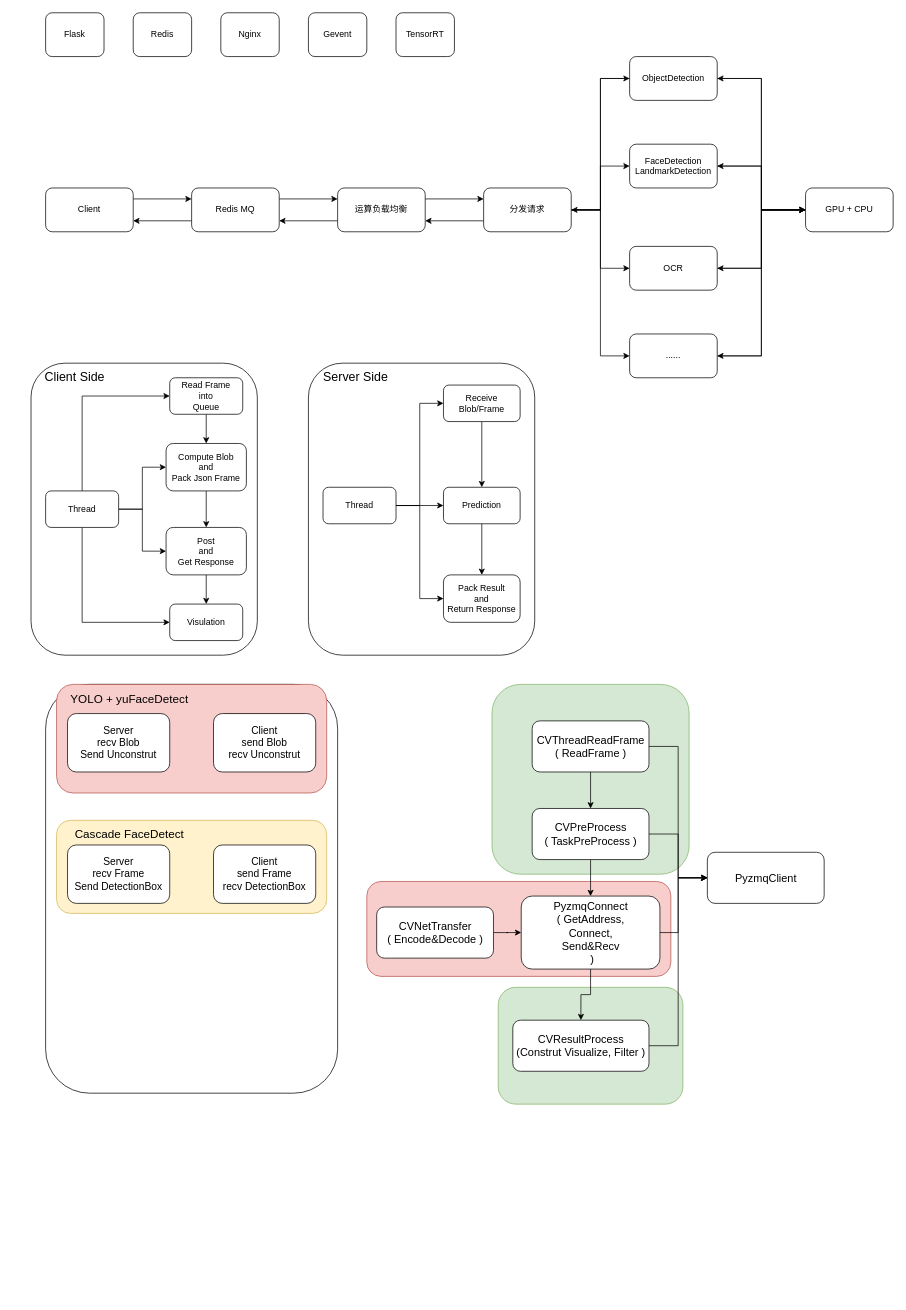
This is System Design.drawio from houance/CV-API-PlatForm, a draw.io file, before an edit. Source tidied: cells renumbered, new cells numbered last; positions are measured from the earlier drawing's top-left corner, leaving out a move shared by most shapes. Both pictures are drawn from the tidied source at 73%, with x=0, y=0 at pixel (12, 12).
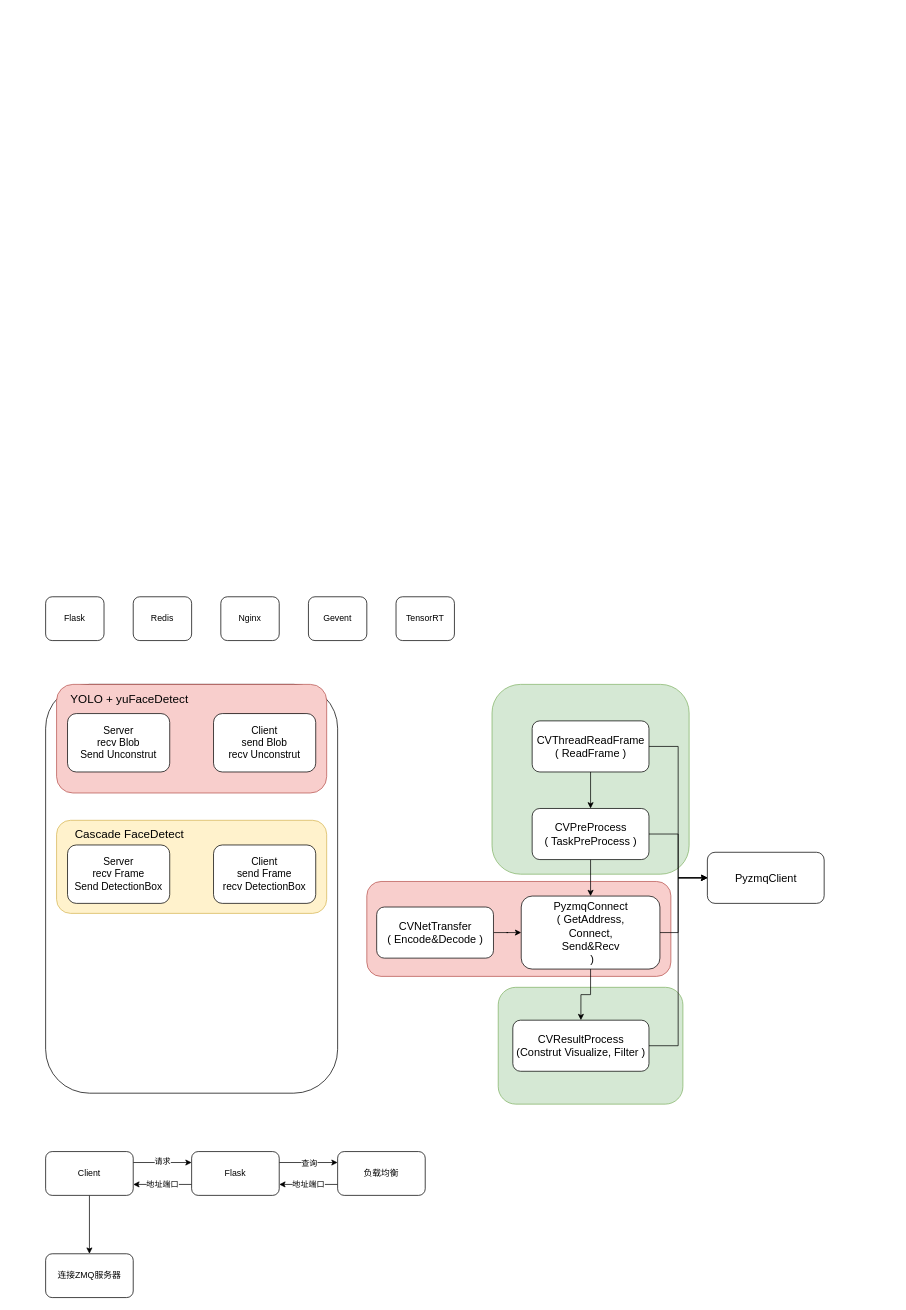
The same diagram, later.

Change to the diagram source:
```diff
@@
-    <mxCell id="8" style="edgeStyle=orthogonalEdgeStyle;rounded=0;jettySize=auto;html=1;exitX=1;exitY=0.25;exitDx=0;exitDy=0;entryX=0;entryY=0.25;entryDx=0;entryDy=0;" parent="1" edge="1" source="9" target="12">
-      <mxGeometry relative="1" as="geometry" />
-    </mxCell>
-    <mxCell id="9" value="Client" style="rounded=1;whiteSpace=wrap;html=1;" parent="1" vertex="1">
-      <mxGeometry x="45" y="240" width="120" height="60" as="geometry" />
-    </mxCell>
-    <mxCell id="10" style="edgeStyle=orthogonalEdgeStyle;rounded=0;jettySize=auto;html=1;exitX=0;exitY=0.75;exitDx=0;exitDy=0;entryX=1;entryY=0.75;entryDx=0;entryDy=0;" parent="1" edge="1" source="12" target="9">
-      <mxGeometry relative="1" as="geometry" />
-    </mxCell>
-    <mxCell id="11" style="edgeStyle=orthogonalEdgeStyle;rounded=0;jettySize=auto;html=1;exitX=1;exitY=0.25;exitDx=0;exitDy=0;entryX=0;entryY=0.25;entryDx=0;entryDy=0;" parent="1" edge="1" source="12" target="15">
-      <mxGeometry relative="1" as="geometry" />
-    </mxCell>
-    <mxCell id="12" value="Redis MQ" style="rounded=1;whiteSpace=wrap;html=1;" parent="1" vertex="1">
-      <mxGeometry x="245" y="240" width="120" height="60" as="geometry" />
-    </mxCell>
-    <mxCell id="13" style="edgeStyle=orthogonalEdgeStyle;rounded=0;jettySize=auto;html=1;exitX=0;exitY=0.75;exitDx=0;exitDy=0;entryX=1;entryY=0.75;entryDx=0;entryDy=0;" parent="1" edge="1" source="15" target="12">
-      <mxGeometry relative="1" as="geometry" />
-    </mxCell>
-    <mxCell id="14" style="edgeStyle=orthogonalEdgeStyle;rounded=0;jettySize=auto;html=1;exitX=1;exitY=0.25;exitDx=0;exitDy=0;entryX=0;entryY=0.25;entryDx=0;entryDy=0;" parent="1" edge="1" source="15" target="30">
-      <mxGeometry relative="1" as="geometry" />
-    </mxCell>
-    <mxCell id="15" value="运算负载均衡" style="rounded=1;whiteSpace=wrap;html=1;" parent="1" vertex="1">
-      <mxGeometry x="445" y="240" width="120" height="60" as="geometry" />
-    </mxCell>
-    <mxCell id="16" style="edgeStyle=orthogonalEdgeStyle;rounded=0;jettySize=auto;html=1;entryX=1;entryY=0.5;entryDx=0;entryDy=0;" parent="1" edge="1" source="20" target="33">
-      <mxGeometry relative="1" as="geometry" />
-    </mxCell>
-    <mxCell id="17" style="edgeStyle=orthogonalEdgeStyle;rounded=0;jettySize=auto;html=1;entryX=1;entryY=0.5;entryDx=0;entryDy=0;" parent="1" edge="1" source="20" target="35">
-      <mxGeometry relative="1" as="geometry" />
-    </mxCell>
-    <mxCell id="18" style="edgeStyle=orthogonalEdgeStyle;rounded=0;jettySize=auto;html=1;entryX=1;entryY=0.5;entryDx=0;entryDy=0;" parent="1" edge="1" source="20" target="37">
-      <mxGeometry relative="1" as="geometry" />
-    </mxCell>
-    <mxCell id="19" style="edgeStyle=orthogonalEdgeStyle;rounded=0;jettySize=auto;html=1;entryX=1;entryY=0.5;entryDx=0;entryDy=0;" parent="1" edge="1" source="20" target="39">
-      <mxGeometry relative="1" as="geometry" />
-    </mxCell>
-    <mxCell id="20" value="GPU + CPU" style="rounded=1;whiteSpace=wrap;html=1;" parent="1" vertex="1">
-      <mxGeometry x="1086" y="240" width="120" height="60" as="geometry" />
-    </mxCell>
     <mxCell id="21" value="Flask" style="rounded=1;whiteSpace=wrap;html=1;" parent="1" vertex="1">
-      <mxGeometry x="45" width="80" height="60" as="geometry" />
+      <mxGeometry x="45" y="800" width="80" height="60" as="geometry" />
     </mxCell>
     <mxCell id="22" value="Redis" style="rounded=1;whiteSpace=wrap;html=1;" parent="1" vertex="1">
-      <mxGeometry x="165" width="80" height="60" as="geometry" />
+      <mxGeometry x="165" y="800" width="80" height="60" as="geometry" />
     </mxCell>
     <mxCell id="23" value="Nginx" style="rounded=1;whiteSpace=wrap;html=1;" parent="1" vertex="1">
-      <mxGeometry x="285" width="80" height="60" as="geometry" />
+      <mxGeometry x="285" y="800" width="80" height="60" as="geometry" />
     </mxCell>
     <mxCell id="24" value="Gevent" style="rounded=1;whiteSpace=wrap;html=1;" parent="1" vertex="1">
-      <mxGeometry x="405" width="80" height="60" as="geometry" />
+      <mxGeometry x="405" y="800" width="80" height="60" as="geometry" />
     </mxCell>
-    <mxCell id="25" style="edgeStyle=orthogonalEdgeStyle;rounded=0;jettySize=auto;html=1;exitX=0;exitY=0.75;exitDx=0;exitDy=0;entryX=1;entryY=0.75;entryDx=0;entryDy=0;" parent="1" edge="1" source="30" target="15">
-      <mxGeometry relative="1" as="geometry" />
-    </mxCell>
-    <mxCell id="26" style="edgeStyle=orthogonalEdgeStyle;rounded=0;jettySize=auto;html=1;entryX=0;entryY=0.5;entryDx=0;entryDy=0;" parent="1" edge="1" source="30" target="33">
-      <mxGeometry relative="1" as="geometry" />
-    </mxCell>
-    <mxCell id="27" style="edgeStyle=orthogonalEdgeStyle;rounded=0;jettySize=auto;html=1;entryX=0;entryY=0.5;entryDx=0;entryDy=0;" parent="1" edge="1" source="30" target="35">
-      <mxGeometry relative="1" as="geometry" />
-    </mxCell>
-    <mxCell id="28" style="edgeStyle=orthogonalEdgeStyle;rounded=0;jettySize=auto;html=1;entryX=0;entryY=0.5;entryDx=0;entryDy=0;" parent="1" edge="1" source="30" target="37">
-      <mxGeometry relative="1" as="geometry" />
-    </mxCell>
-    <mxCell id="29" style="edgeStyle=orthogonalEdgeStyle;rounded=0;jettySize=auto;html=1;entryX=0;entryY=0.5;entryDx=0;entryDy=0;" parent="1" edge="1" source="30" target="39">
-      <mxGeometry relative="1" as="geometry" />
-    </mxCell>
-    <mxCell id="30" value="分发请求" style="rounded=1;whiteSpace=wrap;html=1;" parent="1" vertex="1">
-      <mxGeometry x="645" y="240" width="120" height="60" as="geometry" />
-    </mxCell>
-    <mxCell id="31" style="edgeStyle=orthogonalEdgeStyle;rounded=0;jettySize=auto;html=1;entryX=0;entryY=0.5;entryDx=0;entryDy=0;" parent="1" edge="1" source="33" target="20">
-      <mxGeometry relative="1" as="geometry" />
-    </mxCell>
-    <mxCell id="32" style="edgeStyle=orthogonalEdgeStyle;rounded=0;jettySize=auto;html=1;entryX=1;entryY=0.5;entryDx=0;entryDy=0;" parent="1" edge="1" source="33" target="30">
-      <mxGeometry relative="1" as="geometry" />
-    </mxCell>
-    <mxCell id="33" value="ObjectDetection" style="rounded=1;whiteSpace=wrap;html=1;" parent="1" vertex="1">
-      <mxGeometry x="845" y="60" width="120" height="60" as="geometry" />
-    </mxCell>
-    <mxCell id="34" style="edgeStyle=orthogonalEdgeStyle;rounded=0;jettySize=auto;html=1;" parent="1" edge="1" source="35" target="20">
-      <mxGeometry relative="1" as="geometry" />
-    </mxCell>
-    <mxCell id="35" value="FaceDetection&lt;br&gt;LandmarkDetection" style="rounded=1;whiteSpace=wrap;html=1;" parent="1" vertex="1">
-      <mxGeometry x="845" y="180" width="120" height="60" as="geometry" />
-    </mxCell>
-    <mxCell id="36" style="edgeStyle=orthogonalEdgeStyle;rounded=0;jettySize=auto;html=1;entryX=0;entryY=0.5;entryDx=0;entryDy=0;" parent="1" edge="1" source="37" target="20">
-      <mxGeometry relative="1" as="geometry" />
-    </mxCell>
-    <mxCell id="37" value="OCR" style="rounded=1;whiteSpace=wrap;html=1;" parent="1" vertex="1">
-      <mxGeometry x="845" y="320" width="120" height="60" as="geometry" />
-    </mxCell>
-    <mxCell id="38" style="edgeStyle=orthogonalEdgeStyle;rounded=0;jettySize=auto;html=1;entryX=0;entryY=0.5;entryDx=0;entryDy=0;" parent="1" edge="1" source="39" target="20">
-      <mxGeometry relative="1" as="geometry" />
-    </mxCell>
-    <mxCell id="39" value="......" style="rounded=1;whiteSpace=wrap;html=1;" parent="1" vertex="1">
-      <mxGeometry x="845" y="440" width="120" height="60" as="geometry" />
-    </mxCell>
     <mxCell id="40" value="TensorRT" style="rounded=1;whiteSpace=wrap;html=1;" parent="1" vertex="1">
-      <mxGeometry x="525" width="80" height="60" as="geometry" />
+      <mxGeometry x="525" y="800" width="80" height="60" as="geometry" />
     </mxCell>
-    <mxCell id="41" style="rounded=1;whiteSpace=wrap;html=1;" parent="1" vertex="1">
-      <mxGeometry x="25" y="480" width="310" height="400" as="geometry" />
-    </mxCell>
-    <mxCell id="42" value="&lt;font style=&quot;font-size: 17px&quot;&gt;Client Side&lt;br&gt;&lt;/font&gt;" style="text;html=1;strokeColor=none;fillColor=none;align=center;verticalAlign=middle;whiteSpace=wrap;rounded=0;" parent="1" vertex="1">
-      <mxGeometry y="480" width="170" height="40" as="geometry" />
-    </mxCell>
-    <mxCell id="43" style="edgeStyle=orthogonalEdgeStyle;rounded=0;jettySize=auto;html=1;entryX=0;entryY=0.5;entryDx=0;entryDy=0;" parent="1" edge="1" source="47" target="49">
-      <mxGeometry relative="1" as="geometry">
-        <Array as="points">
-          <mxPoint x="95" y="525" />
-        </Array>
-      </mxGeometry>
-    </mxCell>
-    <mxCell id="44" style="edgeStyle=orthogonalEdgeStyle;rounded=0;jettySize=auto;html=1;entryX=0;entryY=0.5;entryDx=0;entryDy=0;" parent="1" edge="1" source="47" target="52">
-      <mxGeometry relative="1" as="geometry">
-        <Array as="points">
-          <mxPoint x="95" y="835" />
-        </Array>
-      </mxGeometry>
-    </mxCell>
-    <mxCell id="45" style="edgeStyle=orthogonalEdgeStyle;rounded=0;jettySize=auto;html=1;entryX=0;entryY=0.5;entryDx=0;entryDy=0;" parent="1" edge="1" source="47" target="51">
-      <mxGeometry relative="1" as="geometry" />
-    </mxCell>
-    <mxCell id="46" style="edgeStyle=orthogonalEdgeStyle;rounded=0;jettySize=auto;html=1;entryX=0;entryY=0.5;entryDx=0;entryDy=0;" parent="1" edge="1" source="47" target="54">
-      <mxGeometry relative="1" as="geometry" />
-    </mxCell>
-    <mxCell id="47" value="Thread" style="rounded=1;whiteSpace=wrap;html=1;" parent="1" vertex="1">
-      <mxGeometry x="45" y="655" width="100" height="50" as="geometry" />
-    </mxCell>
-    <mxCell id="48" style="edgeStyle=orthogonalEdgeStyle;rounded=0;jettySize=auto;html=1;entryX=0.5;entryY=0;entryDx=0;entryDy=0;" parent="1" edge="1" source="49" target="51">
-      <mxGeometry relative="1" as="geometry" />
-    </mxCell>
-    <mxCell id="49" value="Read Frame&lt;br&gt;into&lt;br&gt;Queue" style="rounded=1;whiteSpace=wrap;html=1;" parent="1" vertex="1">
-      <mxGeometry x="215" y="500" width="100" height="50" as="geometry" />
-    </mxCell>
-    <mxCell id="50" style="edgeStyle=orthogonalEdgeStyle;rounded=0;jettySize=auto;html=1;entryX=0.5;entryY=0;entryDx=0;entryDy=0;" parent="1" edge="1" source="51" target="54">
-      <mxGeometry relative="1" as="geometry" />
-    </mxCell>
-    <mxCell id="51" value="Compute Blob&lt;br&gt;and&lt;br&gt;Pack Json Frame" style="rounded=1;whiteSpace=wrap;html=1;" parent="1" vertex="1">
-      <mxGeometry x="210" y="590" width="110" height="65" as="geometry" />
-    </mxCell>
-    <mxCell id="52" value="Visulation" style="rounded=1;whiteSpace=wrap;html=1;" parent="1" vertex="1">
-      <mxGeometry x="215" y="810" width="100" height="50" as="geometry" />
-    </mxCell>
-    <mxCell id="53" style="edgeStyle=orthogonalEdgeStyle;rounded=0;jettySize=auto;html=1;entryX=0.5;entryY=0;entryDx=0;entryDy=0;" parent="1" edge="1" source="54" target="52">
-      <mxGeometry relative="1" as="geometry" />
-    </mxCell>
-    <mxCell id="54" value="Post&lt;br&gt;and&lt;br&gt;Get Response" style="rounded=1;whiteSpace=wrap;html=1;" parent="1" vertex="1">
-      <mxGeometry x="210" y="705" width="110" height="65" as="geometry" />
-    </mxCell>
-    <mxCell id="55" style="rounded=1;whiteSpace=wrap;html=1;" parent="1" vertex="1">
-      <mxGeometry x="405" y="480" width="310" height="400" as="geometry" />
-    </mxCell>
-    <mxCell id="56" value="&lt;font style=&quot;font-size: 17px&quot;&gt;Server Side&lt;br&gt;&lt;/font&gt;" style="text;html=1;strokeColor=none;fillColor=none;align=center;verticalAlign=middle;whiteSpace=wrap;rounded=0;" parent="1" vertex="1">
-      <mxGeometry x="415" y="480" width="110" height="40" as="geometry" />
-    </mxCell>
-    <mxCell id="57" style="edgeStyle=orthogonalEdgeStyle;rounded=0;jettySize=auto;html=1;entryX=0;entryY=0.5;entryDx=0;entryDy=0;" parent="1" edge="1" source="60" target="63">
-      <mxGeometry relative="1" as="geometry" />
-    </mxCell>
-    <mxCell id="58" style="edgeStyle=orthogonalEdgeStyle;rounded=0;jettySize=auto;html=1;entryX=0;entryY=0.5;entryDx=0;entryDy=0;" parent="1" edge="1" source="60" target="62">
-      <mxGeometry relative="1" as="geometry" />
-    </mxCell>
-    <mxCell id="59" style="edgeStyle=orthogonalEdgeStyle;rounded=0;jettySize=auto;html=1;entryX=0;entryY=0.5;entryDx=0;entryDy=0;" parent="1" edge="1" source="60" target="65">
-      <mxGeometry relative="1" as="geometry" />
-    </mxCell>
-    <mxCell id="60" value="Thread" style="rounded=1;whiteSpace=wrap;html=1;" parent="1" vertex="1">
-      <mxGeometry x="425" y="650" width="100" height="50" as="geometry" />
-    </mxCell>
-    <mxCell id="61" style="edgeStyle=orthogonalEdgeStyle;rounded=0;jettySize=auto;html=1;entryX=0.5;entryY=0;entryDx=0;entryDy=0;" parent="1" edge="1" source="62" target="65">
-      <mxGeometry relative="1" as="geometry" />
-    </mxCell>
-    <mxCell id="62" value="Receive Blob/Frame" style="rounded=1;whiteSpace=wrap;html=1;" parent="1" vertex="1">
-      <mxGeometry x="590" y="510" width="105" height="50" as="geometry" />
-    </mxCell>
-    <mxCell id="63" value="Pack Result&lt;br&gt;and&lt;br&gt;Return Response" style="rounded=1;whiteSpace=wrap;html=1;" parent="1" vertex="1">
-      <mxGeometry x="590" y="770" width="105" height="65" as="geometry" />
-    </mxCell>
-    <mxCell id="64" style="edgeStyle=orthogonalEdgeStyle;rounded=0;jettySize=auto;html=1;entryX=0.5;entryY=0;entryDx=0;entryDy=0;" parent="1" edge="1" source="65" target="63">
-      <mxGeometry relative="1" as="geometry" />
-    </mxCell>
-    <mxCell id="65" value="Prediction" style="rounded=1;whiteSpace=wrap;html=1;" parent="1" vertex="1">
-      <mxGeometry x="590" y="650" width="105" height="50" as="geometry" />
-    </mxCell>
@@
+    <mxCell id="87" style="edgeStyle=orthogonalEdgeStyle;rounded=0;jettySize=auto;html=1;exitX=1;exitY=0.25;exitDx=0;exitDy=0;entryX=0;entryY=0.25;entryDx=0;entryDy=0;" parent="1" edge="1" source="9" target="93">
+      <mxGeometry relative="1" as="geometry" />
+    </mxCell>
+    <mxCell id="88" value="请求" style="edgeLabel;html=1;align=center;verticalAlign=middle;" parent="87" vertex="1">
+      <mxGeometry x="-0.28" y="2" relative="1" as="geometry">
+        <mxPoint x="10.8" as="offset" />
+      </mxGeometry>
+    </mxCell>
+    <mxCell id="89" style="edgeStyle=orthogonalEdgeStyle;rounded=0;jettySize=auto;html=1;" parent="1" edge="1" source="9" target="96">
+      <mxGeometry relative="1" as="geometry" />
+    </mxCell>
+    <mxCell id="9" value="Client" style="rounded=1;whiteSpace=wrap;html=1;" parent="1" vertex="1">
+      <mxGeometry x="45" y="1560" width="120" height="60" as="geometry" />
+    </mxCell>
+    <mxCell id="90" style="edgeStyle=orthogonalEdgeStyle;rounded=0;jettySize=auto;html=1;exitX=1;exitY=0.25;exitDx=0;exitDy=0;entryX=0;entryY=0.25;entryDx=0;entryDy=0;" parent="1" edge="1" source="93" target="95">
+      <mxGeometry relative="1" as="geometry" />
+    </mxCell>
+    <mxCell id="91" value="查询" style="edgeLabel;html=1;align=center;verticalAlign=middle;" parent="90" vertex="1">
+      <mxGeometry x="-0.26" relative="1" as="geometry">
+        <mxPoint x="10" as="offset" />
+      </mxGeometry>
+    </mxCell>
+    <mxCell id="92" value="地址端口" style="edgeStyle=orthogonalEdgeStyle;rounded=0;jettySize=auto;html=1;exitX=0;exitY=0.75;exitDx=0;exitDy=0;entryX=1;entryY=0.75;entryDx=0;entryDy=0;" parent="1" edge="1" source="93" target="9">
+      <mxGeometry relative="1" as="geometry" />
+    </mxCell>
+    <mxCell id="93" value="Flask" style="whiteSpace=wrap;html=1;rounded=1;" parent="1" vertex="1">
+      <mxGeometry x="245" y="1560" width="120" height="60" as="geometry" />
+    </mxCell>
+    <mxCell id="94" value="地址端口" style="edgeStyle=orthogonalEdgeStyle;rounded=0;jettySize=auto;html=1;exitX=0;exitY=0.75;exitDx=0;exitDy=0;entryX=1;entryY=0.75;entryDx=0;entryDy=0;" parent="1" edge="1" source="95" target="93">
+      <mxGeometry relative="1" as="geometry" />
+    </mxCell>
+    <mxCell id="95" value="负载均衡" style="whiteSpace=wrap;html=1;rounded=1;" parent="1" vertex="1">
+      <mxGeometry x="445" y="1560" width="120" height="60" as="geometry" />
+    </mxCell>
+    <mxCell id="96" value="连接ZMQ服务器" style="whiteSpace=wrap;html=1;rounded=1;" parent="1" vertex="1">
+      <mxGeometry x="45" y="1700" width="120" height="60" as="geometry" />
+    </mxCell>
```
